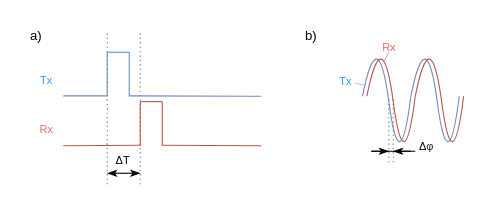
MatiMcFly/DIY_ToF keeps this draw.io diagram as docs/diagrams/dToF_vs_iToF.drawio. Above is the earlier version. Source tidied: cells renumbered, new cells numbered last; positions are measured from the earlier drawing's top-left corner, leaving out a move shared by most shapes. Both pictures are drawn from the tidied source at 110%, with x=0, y=0 at pixel (19, 19).
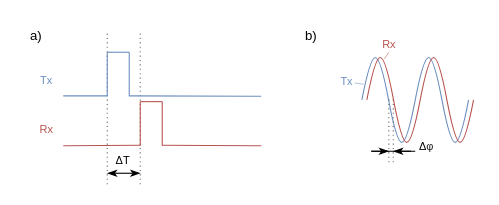
After the change.

Commit message:
[docs/minor] use real sine wave in dToF vs. iToF diagram

What changed in the source:
```diff
@@
+    <mxCell id="35" style="verticalLabelPosition=bottom;shadow=0;dashed=0;align=center;html=1;verticalAlign=top;shape=mxgraph.electrical.waveforms.sine_wave;fontColor=#B85450;strokeColor=#6C8EBF;fillColor=none;" parent="1" vertex="1">
+      <mxGeometry x="311.5" y="21.8" width="48.5" height="103.2" as="geometry" />
+    </mxCell>
+    <mxCell id="36" style="verticalLabelPosition=bottom;shadow=0;dashed=0;align=center;html=1;verticalAlign=top;shape=mxgraph.electrical.waveforms.sine_wave;fontColor=#B85450;strokeColor=#6C8EBF;fillColor=none;strokeWidth=1;" parent="1" vertex="1">
+      <mxGeometry x="360" y="21.8" width="48.5" height="103.2" as="geometry" />
+    </mxCell>
@@
-    <mxCell id="4" value="Tx" style="text;html=1;align=center;verticalAlign=middle;whiteSpace=wrap;rounded=0;fontColor=#3399FF;fontSize=10;" parent="1" vertex="1">
+    <mxCell id="4" value="Tx" style="text;html=1;align=center;verticalAlign=middle;whiteSpace=wrap;rounded=0;fontColor=#6C8EBF;fontSize=10;" parent="1" vertex="1">
       <mxGeometry x="10" y="40" width="30" height="30" as="geometry" />
     </mxCell>
-    <mxCell id="5" style="endArrow=none;html=1;rounded=0;fillColor=#dae8fc;strokeColor=#6c8ebf;" parent="1" edge="1">
+    <mxCell id="5" style="endArrow=none;html=1;rounded=0;fillColor=#dae8fc;strokeColor=#6C8EBF;" parent="1" edge="1">
       <mxGeometry relative="1" as="geometry">
         <mxPoint x="40" y="69.7" as="sourcePoint" />
         <mxPoint x="80" y="69.7" as="targetPoint" />
       </mxGeometry>
     </mxCell>
@@
-    <mxCell id="10" style="endArrow=none;html=1;rounded=0;fillColor=#f8cecc;strokeColor=#b85450;" parent="1" edge="1">
+    <mxCell id="10" style="endArrow=none;html=1;rounded=0;fillColor=#f8cecc;strokeColor=#B85450;" parent="1" edge="1">
       <mxGeometry relative="1" as="geometry">
         <mxPoint x="40" y="115" as="sourcePoint" />
         <mxPoint x="110" y="114.6" as="targetPoint" />
       </mxGeometry>
     </mxCell>
@@
-    <mxCell id="19" style="curved=1;endArrow=none;html=1;rounded=0;endFill=0;fillColor=#dae8fc;strokeColor=#6c8ebf;" parent="1" edge="1">
-      <mxGeometry relative="1" as="geometry">
-        <mxPoint x="356" y="70" as="sourcePoint" />
-        <mxPoint x="312" y="70" as="targetPoint" />
-        <Array as="points">
-          <mxPoint x="346" y="150" />
-          <mxPoint x="326" />
-        </Array>
-      </mxGeometry>
-    </mxCell>
-    <mxCell id="20" style="curved=1;endArrow=none;html=1;rounded=0;endFill=0;fillColor=#dae8fc;strokeColor=#6c8ebf;" parent="1" edge="1">
-      <mxGeometry relative="1" as="geometry">
-        <mxPoint x="400" y="70" as="sourcePoint" />
-        <mxPoint x="356" y="70" as="targetPoint" />
-        <Array as="points">
-          <mxPoint x="390" y="150" />
-          <mxPoint x="370" />
-        </Array>
-      </mxGeometry>
-    </mxCell>
@@
-    <mxCell id="22" value="Tx" style="text;html=1;align=center;verticalAlign=middle;whiteSpace=wrap;rounded=0;fontColor=#3399FF;fontSize=10;" parent="1" vertex="1">
-      <mxGeometry x="267" y="41" width="60" height="30" as="geometry" />
+    <mxCell id="22" value="Tx" style="text;html=1;align=center;verticalAlign=middle;whiteSpace=wrap;rounded=0;fontColor=#6C8EBF;fontSize=10;" parent="1" vertex="1">
+      <mxGeometry x="268" y="41" width="60" height="30" as="geometry" />
     </mxCell>
-    <mxCell id="23" style="curved=1;endArrow=none;html=1;rounded=0;endFill=0;fillColor=#f8cecc;strokeColor=#b85450;" parent="1" edge="1">
-      <mxGeometry relative="1" as="geometry">
-        <mxPoint x="360" y="70" as="sourcePoint" />
-        <mxPoint x="316" y="70" as="targetPoint" />
-        <Array as="points">
-          <mxPoint x="350" y="150" />
-          <mxPoint x="330" />
-        </Array>
-      </mxGeometry>
-    </mxCell>
-    <mxCell id="24" style="curved=1;endArrow=none;html=1;rounded=0;endFill=0;fillColor=#f8cecc;strokeColor=#b85450;" parent="1" edge="1">
-      <mxGeometry relative="1" as="geometry">
-        <mxPoint x="404" y="70" as="sourcePoint" />
-        <mxPoint x="360" y="70" as="targetPoint" />
-        <Array as="points">
-          <mxPoint x="394" y="150" />
-          <mxPoint x="374" />
-        </Array>
-      </mxGeometry>
-    </mxCell>
@@
-    <mxCell id="27" value="Rx" style="text;html=1;align=center;verticalAlign=middle;points=[];strokeColor=none;fillColor=none;fontColor=#EA6B66;fontSize=10;" parent="1" vertex="1">
-      <mxGeometry x="316" y="10" width="40" height="30" as="geometry" />
+    <mxCell id="27" value="Rx" style="text;html=1;align=center;verticalAlign=middle;points=[];strokeColor=none;fillColor=none;fontColor=#B85450;fontSize=10;" parent="1" vertex="1">
+      <mxGeometry x="316" y="8" width="40" height="30" as="geometry" />
     </mxCell>
@@
-    <mxCell id="31" value="Rx" style="text;html=1;align=center;verticalAlign=middle;whiteSpace=wrap;rounded=0;fontColor=#EA6B66;fontSize=10;" parent="1" vertex="1">
+    <mxCell id="31" value="Rx" style="text;html=1;align=center;verticalAlign=middle;whiteSpace=wrap;rounded=0;fontColor=#B85450;fontSize=10;" parent="1" vertex="1">
       <mxGeometry x="10" y="85" width="30" height="30" as="geometry" />
     </mxCell>
@@
-    <mxCell id="33" style="endArrow=none;html=1;rounded=0;strokeWidth=0.5;fillColor=#f8cecc;strokeColor=#b85450;exitX=0.393;exitY=0.931;exitDx=0;exitDy=0;exitPerimeter=0;" parent="1" edge="1" source="27">
+    <mxCell id="33" style="endArrow=none;html=1;rounded=0;strokeWidth=0.5;fillColor=#f8cecc;strokeColor=#B85450;" parent="1" edge="1">
       <mxGeometry relative="1" as="geometry">
+        <mxPoint x="332" y="36" as="sourcePoint" />
         <mxPoint x="336" y="30" as="targetPoint" />
       </mxGeometry>
     </mxCell>
-    <mxCell id="34" style="endArrow=none;html=1;rounded=0;strokeWidth=0.5;fillColor=#dae8fc;strokeColor=#6c8ebf;" parent="1" edge="1">
+    <mxCell id="34" style="endArrow=none;html=1;rounded=0;strokeWidth=0.5;fillColor=#dae8fc;strokeColor=#6C8EBF;" parent="1" edge="1">
       <mxGeometry relative="1" as="geometry">
         <mxPoint x="305" y="58" as="sourcePoint" />
-        <mxPoint x="314" y="60" as="targetPoint" />
+        <mxPoint x="313" y="59" as="targetPoint" />
       </mxGeometry>
     </mxCell>
+    <mxCell id="37" style="verticalLabelPosition=bottom;shadow=0;dashed=0;align=center;html=1;verticalAlign=top;shape=mxgraph.electrical.waveforms.sine_wave;fontColor=#B85450;strokeColor=#B85450;fillColor=none;strokeWidth=1;" parent="1" vertex="1">
+      <mxGeometry x="364.5" y="21.8" width="48.5" height="103.2" as="geometry" />
+    </mxCell>
+    <mxCell id="38" style="verticalLabelPosition=bottom;shadow=0;dashed=0;align=center;html=1;verticalAlign=top;shape=mxgraph.electrical.waveforms.sine_wave;fontColor=#B85450;strokeColor=#B85450;fillColor=none;" parent="1" vertex="1">
+      <mxGeometry x="316" y="21.8" width="48.5" height="103.2" as="geometry" />
+    </mxCell>
```
